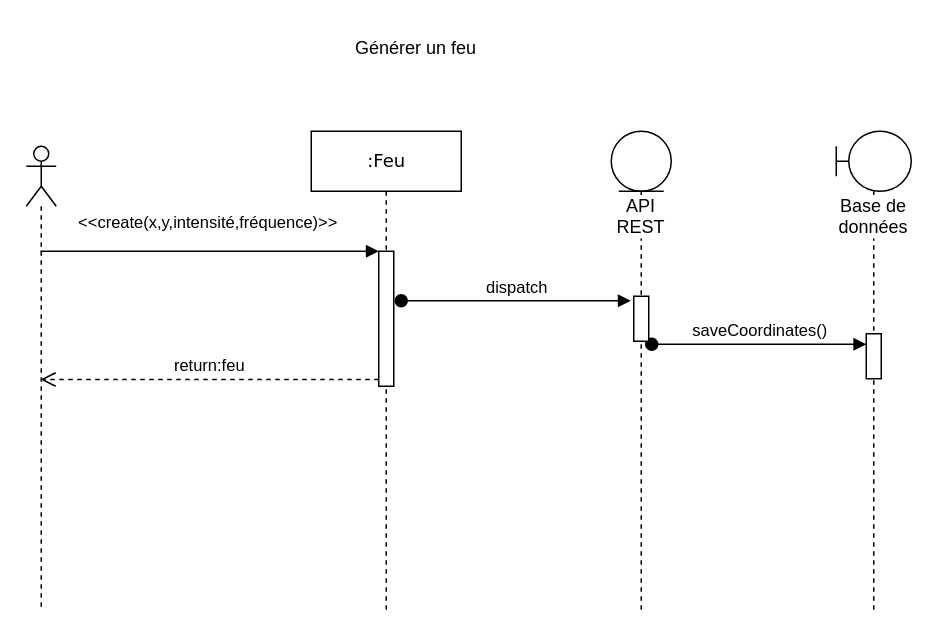
The draw.io diagram Archi_Schema/diagrammes_de_sequences/DiagrammeSeq_creerFeu.drawio in SimSua/projet_transversal, before the edit. Source tidied: cells renumbered, new cells numbered last; positions are measured from the earlier drawing's top-left corner, leaving out a move shared by most shapes. Both pictures are drawn from the tidied source at 150%, with x=0, y=0 at pixel (26, 26).
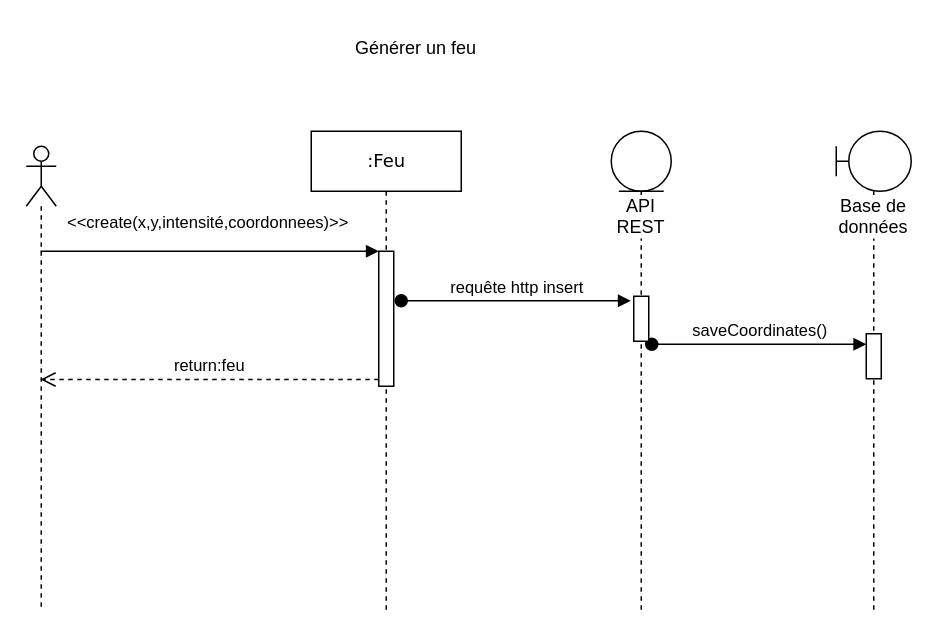
After the change.

The edit, as a diff of the source:
```diff
@@
 <mxGraphModel background="#ffffff">
   <root>
     <mxCell id="0" />
     <mxCell id="1" parent="0" />
     <mxCell id="2" value=":Feu" style="html=1;perimeter=orthogonalPerimeter;shape=umlLifeline;participant=label;shadow=0;fontFamily=Verdana;fontSize=12;fontColor=#000000;align=center;strokeColor=#000000;strokeWidth=1;fillColor=#ffffff;" parent="1" vertex="1">
       <mxGeometry x="190" y="70" width="100" height="320" as="geometry" />
     </mxCell>
     <mxCell id="3" style="html=1;points=[];perimeter=orthogonalPerimeter;" parent="2" vertex="1">
       <mxGeometry x="45" y="80" width="10" height="90" as="geometry" />
     </mxCell>
-    <mxCell id="4" value="dispatch" style="html=1;verticalAlign=bottom;startArrow=oval;startFill=1;endArrow=block;startSize=8;entryX=-0.2;entryY=0.1;entryDx=0;entryDy=0;entryPerimeter=0;" parent="2" edge="1" target="13">
+    <mxCell id="4" value="requête http insert" style="html=1;verticalAlign=bottom;startArrow=oval;startFill=1;endArrow=block;startSize=8;entryX=-0.2;entryY=0.1;entryDx=0;entryDy=0;entryPerimeter=0;" parent="2" edge="1" target="13">
       <mxGeometry relative="1" as="geometry">
         <mxPoint x="60" y="113" as="sourcePoint" />
       </mxGeometry>
     </mxCell>
     <mxCell id="5" value="Générer un feu" style="text;html=1;strokeColor=none;fillColor=none;align=center;verticalAlign=middle;whiteSpace=wrap;rounded=0;" parent="1" vertex="1">
       <mxGeometry x="200" width="120" height="30" as="geometry" />
     </mxCell>
     <mxCell id="6" style="shape=umlLifeline;participant=umlActor;perimeter=lifelinePerimeter;whiteSpace=wrap;html=1;verticalAlign=top;spacingTop=36;labelBackgroundColor=#ffffff;outlineConnect=0;" parent="1" vertex="1">
       <mxGeometry y="80" width="20" height="310" as="geometry" />
     </mxCell>
     <mxCell id="7" value="Base de données" style="shape=umlLifeline;participant=umlBoundary;perimeter=lifelinePerimeter;whiteSpace=wrap;html=1;verticalAlign=top;spacingTop=36;labelBackgroundColor=#ffffff;" parent="1" vertex="1">
       <mxGeometry x="540" y="70" width="50" height="320" as="geometry" />
     </mxCell>
     <mxCell id="8" style="html=1;points=[];perimeter=orthogonalPerimeter;" parent="7" vertex="1">
       <mxGeometry x="20" y="135" width="10" height="30" as="geometry" />
     </mxCell>
     <mxCell id="9" value="saveCoordinates()" style="html=1;verticalAlign=bottom;startArrow=oval;endArrow=block;startSize=8;exitX=1.2;exitY=1.067;exitDx=0;exitDy=0;exitPerimeter=0;" parent="1" edge="1" source="13" target="8">
       <mxGeometry relative="1" as="geometry" />
     </mxCell>
-    <mxCell id="10" value="&amp;lt;&amp;lt;create(x,y,intensité,fréquence)&amp;gt;&amp;gt;" style="html=1;verticalAlign=bottom;endArrow=block;entryX=0;entryY=0;" parent="1" edge="1" source="6" target="3">
+    <mxCell id="10" value="&amp;lt;&amp;lt;create(x,y,intensité,coordonnees)&amp;gt;&amp;gt;" style="html=1;verticalAlign=bottom;endArrow=block;entryX=0;entryY=0;" parent="1" edge="1" source="6" target="3">
       <mxGeometry x="-0.02" y="10" relative="1" as="geometry">
         <mxPoint x="1" as="offset" />
       </mxGeometry>
     </mxCell>
     <mxCell id="11" value="return:feu" style="html=1;verticalAlign=bottom;endArrow=open;dashed=1;endSize=8;exitX=0;exitY=0.95;" parent="1" edge="1" source="3" target="6">
       <mxGeometry relative="1" as="geometry" />
     </mxCell>
     <mxCell id="12" value="API REST" style="shape=umlLifeline;participant=umlEntity;perimeter=lifelinePerimeter;whiteSpace=wrap;html=1;verticalAlign=top;spacingTop=36;labelBackgroundColor=#ffffff;size=40;" parent="1" vertex="1">
       <mxGeometry x="390" y="70" width="40" height="320" as="geometry" />
     </mxCell>
     <mxCell id="13" style="html=1;points=[];perimeter=orthogonalPerimeter;" parent="12" vertex="1">
       <mxGeometry x="15" y="110" width="10" height="30" as="geometry" />
     </mxCell>
   </root>
 </mxGraphModel>
```
